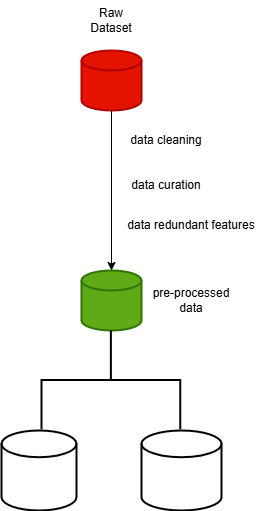
PhanAnhTri180803/Thuc_Tap_Tot_Nghiep keeps this draw.io diagram as Thực nghiệm mô hình Collaborative Filtering.drawio.png. Above is the earlier version. Source tidied: cells renumbered, new cells last; positions are measured from the earlier drawing's top-left corner, leaving out a move shared by most shapes. Source of this version:
```xml
<mxGraphModel>
  <root>
    <mxCell id="0" />
    <mxCell id="1" parent="0" />
    <mxCell id="2" style="strokeWidth=2;html=1;shape=mxgraph.flowchart.database;whiteSpace=wrap;fillColor=#e51400;fontColor=#ffffff;strokeColor=#B20000;" parent="1" vertex="1">
      <mxGeometry x="80" y="50" width="60" height="60" as="geometry" />
    </mxCell>
    <mxCell id="3" style="strokeWidth=2;html=1;shape=mxgraph.flowchart.database;whiteSpace=wrap;fillColor=#60a917;fontColor=#ffffff;strokeColor=#2D7600;" parent="1" vertex="1">
      <mxGeometry x="80" y="270" width="60" height="60" as="geometry" />
    </mxCell>
    <mxCell id="4" style="endArrow=classic;html=1;rounded=0;exitX=0.5;exitY=1;exitDx=0;exitDy=0;exitPerimeter=0;entryX=0.5;entryY=0;entryDx=0;entryDy=0;entryPerimeter=0;" parent="1" edge="1" source="2" target="3">
      <mxGeometry relative="1" as="geometry" />
    </mxCell>
    <mxCell id="5" value="Raw Dataset" style="text;html=1;align=center;verticalAlign=middle;whiteSpace=wrap;rounded=0;" parent="1" vertex="1">
      <mxGeometry x="75" width="70" height="40" as="geometry" />
    </mxCell>
    <mxCell id="6" value="pre-processed data" style="text;html=1;align=center;verticalAlign=middle;whiteSpace=wrap;rounded=0;" parent="1" vertex="1">
      <mxGeometry x="145" y="280" width="90" height="40" as="geometry" />
    </mxCell>
    <mxCell id="7" value="data cleaning" style="text;html=1;align=center;verticalAlign=middle;whiteSpace=wrap;rounded=0;" parent="1" vertex="1">
      <mxGeometry x="120" y="120" width="90" height="40" as="geometry" />
    </mxCell>
    <mxCell id="8" value="data curation" style="text;html=1;align=center;verticalAlign=middle;whiteSpace=wrap;rounded=0;" parent="1" vertex="1">
      <mxGeometry x="120" y="160" width="90" height="50" as="geometry" />
    </mxCell>
    <mxCell id="9" value="data redundant features" style="text;html=1;align=center;verticalAlign=middle;whiteSpace=wrap;rounded=0;" parent="1" vertex="1">
      <mxGeometry x="120" y="200" width="140" height="50" as="geometry" />
    </mxCell>
    <mxCell id="10" style="strokeWidth=2;html=1;shape=mxgraph.flowchart.annotation_2;align=left;labelPosition=right;rotation=90;" parent="1" vertex="1">
      <mxGeometry x="60" y="310" width="98.8" height="138.8" as="geometry" />
    </mxCell>
    <mxCell id="11" style="strokeWidth=2;html=1;shape=mxgraph.flowchart.database;whiteSpace=wrap;" parent="1" vertex="1">
      <mxGeometry y="430" width="75" height="80" as="geometry" />
    </mxCell>
    <mxCell id="12" style="strokeWidth=2;html=1;shape=mxgraph.flowchart.database;whiteSpace=wrap;" parent="1" vertex="1">
      <mxGeometry x="140" y="430" width="80" height="80" as="geometry" />
    </mxCell>
  </root>
</mxGraphModel>
```
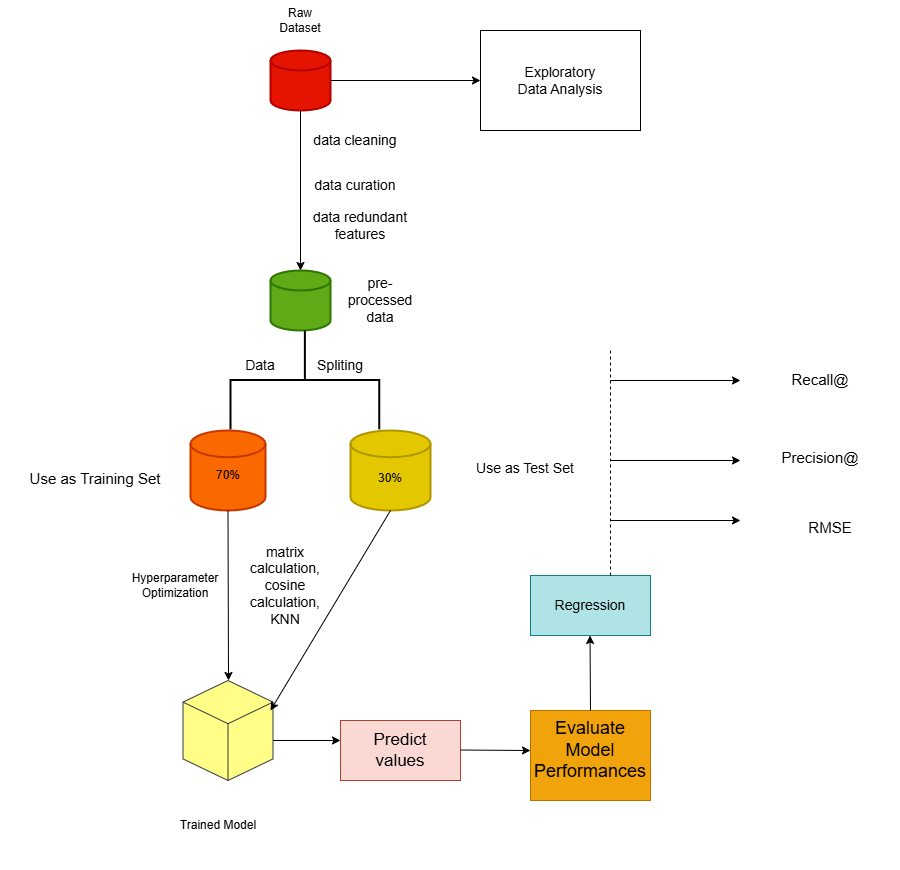
The same file after the commit.

Commit message:
Cập nhật Thực nghiệm mô hình Collaborative Filtering.drawio.png

Diff of the diagram source:
```diff
@@ -14,26 +14,144 @@
     <mxCell id="5" value="Raw Dataset" style="text;html=1;align=center;verticalAlign=middle;whiteSpace=wrap;rounded=0;" parent="1" vertex="1">
       <mxGeometry x="75" width="70" height="40" as="geometry" />
     </mxCell>
-    <mxCell id="6" value="pre-processed data" style="text;html=1;align=center;verticalAlign=middle;whiteSpace=wrap;rounded=0;" parent="1" vertex="1">
+    <mxCell id="6" value="&lt;font style=&quot;font-size: 14px;&quot;&gt;pre-processed data&lt;/font&gt;" style="text;html=1;align=center;verticalAlign=middle;whiteSpace=wrap;rounded=0;" parent="1" vertex="1">
       <mxGeometry x="145" y="280" width="90" height="40" as="geometry" />
     </mxCell>
-    <mxCell id="7" value="data cleaning" style="text;html=1;align=center;verticalAlign=middle;whiteSpace=wrap;rounded=0;" parent="1" vertex="1">
+    <mxCell id="7" value="&lt;font style=&quot;font-size: 14px;&quot;&gt;data cleaning&lt;/font&gt;" style="text;html=1;align=center;verticalAlign=middle;whiteSpace=wrap;rounded=0;" parent="1" vertex="1">
       <mxGeometry x="120" y="120" width="90" height="40" as="geometry" />
     </mxCell>
-    <mxCell id="8" value="data curation" style="text;html=1;align=center;verticalAlign=middle;whiteSpace=wrap;rounded=0;" parent="1" vertex="1">
+    <mxCell id="8" value="&lt;font style=&quot;font-size: 14px;&quot;&gt;data curation&lt;/font&gt;" style="text;html=1;align=center;verticalAlign=middle;whiteSpace=wrap;rounded=0;" parent="1" vertex="1">
       <mxGeometry x="120" y="160" width="90" height="50" as="geometry" />
     </mxCell>
-    <mxCell id="9" value="data redundant features" style="text;html=1;align=center;verticalAlign=middle;whiteSpace=wrap;rounded=0;" parent="1" vertex="1">
-      <mxGeometry x="120" y="200" width="140" height="50" as="geometry" />
+    <mxCell id="9" value="&lt;font style=&quot;font-size: 14px;&quot;&gt;data redundant features&lt;/font&gt;" style="text;html=1;align=center;verticalAlign=middle;whiteSpace=wrap;rounded=0;" parent="1" vertex="1">
+      <mxGeometry x="100" y="200" width="140" height="50" as="geometry" />
     </mxCell>
     <mxCell id="10" style="strokeWidth=2;html=1;shape=mxgraph.flowchart.annotation_2;align=left;labelPosition=right;rotation=90;" parent="1" vertex="1">
-      <mxGeometry x="60" y="310" width="98.8" height="138.8" as="geometry" />
+      <mxGeometry x="65" y="305" width="98.8" height="148.8" as="geometry" />
     </mxCell>
-    <mxCell id="11" style="strokeWidth=2;html=1;shape=mxgraph.flowchart.database;whiteSpace=wrap;" parent="1" vertex="1">
+    <mxCell id="11" style="strokeWidth=2;html=1;shape=mxgraph.flowchart.database;whiteSpace=wrap;fillColor=#fa6800;fontColor=#000000;strokeColor=#C73500;" parent="1" vertex="1">
       <mxGeometry y="430" width="75" height="80" as="geometry" />
     </mxCell>
-    <mxCell id="12" style="strokeWidth=2;html=1;shape=mxgraph.flowchart.database;whiteSpace=wrap;" parent="1" vertex="1">
-      <mxGeometry x="140" y="430" width="80" height="80" as="geometry" />
+    <mxCell id="12" style="strokeWidth=2;html=1;shape=mxgraph.flowchart.database;whiteSpace=wrap;fillColor=#e3c800;fontColor=#000000;strokeColor=#B09500;" parent="1" vertex="1">
+      <mxGeometry x="160" y="430" width="80" height="80" as="geometry" />
     </mxCell>
+    <mxCell id="13" style="endArrow=classic;html=1;rounded=0;" parent="1" edge="1">
+      <mxGeometry relative="1" as="geometry">
+        <mxPoint x="140" y="80" as="sourcePoint" />
+        <mxPoint x="290" y="80" as="targetPoint" />
+      </mxGeometry>
+    </mxCell>
+    <mxCell id="14" style="rounded=0;whiteSpace=wrap;html=1;" parent="1" vertex="1">
+      <mxGeometry x="290" y="30" width="160" height="100" as="geometry" />
+    </mxCell>
+    <mxCell id="15" value="&lt;font style=&quot;font-size: 14px;&quot;&gt;Exploratory Data Analysis&lt;/font&gt;" style="text;html=1;align=center;verticalAlign=middle;whiteSpace=wrap;rounded=0;" parent="1" vertex="1">
+      <mxGeometry x="320" y="50" width="100" height="60" as="geometry" />
+    </mxCell>
+    <mxCell id="16" value="&lt;font style=&quot;font-size: 14px;&quot;&gt;Data&lt;/font&gt;" style="text;html=1;align=center;verticalAlign=middle;whiteSpace=wrap;rounded=0;" parent="1" vertex="1">
+      <mxGeometry x="40" y="350" width="60" height="30" as="geometry" />
+    </mxCell>
+    <mxCell id="17" value="&lt;font style=&quot;font-size: 14px;&quot;&gt;Spliting&lt;/font&gt;" style="text;html=1;align=center;verticalAlign=middle;whiteSpace=wrap;rounded=0;" parent="1" vertex="1">
+      <mxGeometry x="120" y="350" width="60" height="30" as="geometry" />
+    </mxCell>
+    <mxCell id="18" value="70%" style="text;html=1;align=center;verticalAlign=middle;whiteSpace=wrap;rounded=0;" parent="1" vertex="1">
+      <mxGeometry x="7.5" y="460" width="60" height="30" as="geometry" />
+    </mxCell>
+    <mxCell id="19" value="30%" style="text;html=1;align=center;verticalAlign=middle;whiteSpace=wrap;rounded=0;" parent="1" vertex="1">
+      <mxGeometry x="170" y="462.5" width="60" height="30" as="geometry" />
+    </mxCell>
+    <mxCell id="20" value="&lt;font style=&quot;font-size: 15px;&quot;&gt;Use as Training Set&lt;/font&gt;" style="text;html=1;align=center;verticalAlign=middle;whiteSpace=wrap;rounded=0;" parent="1" vertex="1">
+      <mxGeometry x="-190" y="455" width="190" height="45" as="geometry" />
+    </mxCell>
+    <mxCell id="21" value="&lt;font style=&quot;font-size: 14px;&quot;&gt;Use as Test Set&lt;/font&gt;" style="text;html=1;align=center;verticalAlign=middle;whiteSpace=wrap;rounded=0;" parent="1" vertex="1">
+      <mxGeometry x="240" y="445" width="190" height="45" as="geometry" />
+    </mxCell>
+    <mxCell id="22" style="endArrow=classic;html=1;rounded=0;exitX=0.5;exitY=1;exitDx=0;exitDy=0;exitPerimeter=0;" parent="1" edge="1" source="11">
+      <mxGeometry relative="1" as="geometry">
+        <mxPoint x="38" y="680" as="targetPoint" />
+      </mxGeometry>
+    </mxCell>
+    <mxCell id="23" style="html=1;whiteSpace=wrap;shape=isoCube2;backgroundOutline=1;isoAngle=15;fillColor=#ffff88;strokeColor=#36393d;" parent="1" vertex="1">
+      <mxGeometry x="-7.5" y="680" width="90" height="100" as="geometry" />
+    </mxCell>
+    <mxCell id="24" style="endArrow=classic;html=1;rounded=0;exitX=0.5;exitY=1;exitDx=0;exitDy=0;exitPerimeter=0;entryX=0.972;entryY=0.3;entryDx=0;entryDy=0;entryPerimeter=0;" parent="1" edge="1" source="12" target="23">
+      <mxGeometry relative="1" as="geometry" />
+    </mxCell>
+    <mxCell id="25" value="Hyperparameter&lt;div&gt;Optimization&lt;/div&gt;" style="text;html=1;align=center;verticalAlign=middle;whiteSpace=wrap;rounded=0;" parent="1" vertex="1">
+      <mxGeometry x="-70" y="540" width="110" height="90" as="geometry" />
+    </mxCell>
+    <mxCell id="26" value="&lt;font style=&quot;font-size: 14px;&quot;&gt;matrix calculation,&lt;/font&gt;&lt;div style=&quot;font-size: 14px;&quot;&gt;&lt;font style=&quot;font-size: 14px;&quot;&gt;cosine calculation,&lt;/font&gt;&lt;/div&gt;&lt;div style=&quot;font-size: 14px;&quot;&gt;&lt;font style=&quot;font-size: 14px;&quot;&gt;KNN&lt;/font&gt;&lt;/div&gt;" style="text;html=1;align=center;verticalAlign=middle;whiteSpace=wrap;rounded=0;" parent="1" vertex="1">
+      <mxGeometry x="40" y="540" width="110" height="90" as="geometry" />
+    </mxCell>
+    <mxCell id="27" value="Trained Model" style="text;html=1;align=center;verticalAlign=middle;whiteSpace=wrap;rounded=0;" parent="1" vertex="1">
+      <mxGeometry x="-27.5" y="780" width="110" height="90" as="geometry" />
+    </mxCell>
+    <mxCell id="28" style="endArrow=classic;html=1;rounded=0;" parent="1" edge="1">
+      <mxGeometry relative="1" as="geometry">
+        <mxPoint x="82.5" y="740" as="sourcePoint" />
+        <mxPoint x="150" y="740" as="targetPoint" />
+      </mxGeometry>
+    </mxCell>
+    <mxCell id="29" style="rounded=0;whiteSpace=wrap;html=1;fillColor=#fad9d5;strokeColor=#ae4132;" parent="1" vertex="1">
+      <mxGeometry x="150" y="720" width="120" height="60" as="geometry" />
+    </mxCell>
+    <mxCell id="30" value="&lt;font style=&quot;font-size: 17px;&quot;&gt;Predict values&lt;/font&gt;" style="text;html=1;align=center;verticalAlign=middle;whiteSpace=wrap;rounded=0;" parent="1" vertex="1">
+      <mxGeometry x="180" y="735" width="60" height="30" as="geometry" />
+    </mxCell>
+    <mxCell id="31" style="endArrow=classic;html=1;rounded=0;" parent="1" edge="1">
+      <mxGeometry relative="1" as="geometry">
+        <mxPoint x="270" y="749.5" as="sourcePoint" />
+        <mxPoint x="340" y="750" as="targetPoint" />
+      </mxGeometry>
+    </mxCell>
+    <mxCell id="32" style="rounded=0;whiteSpace=wrap;html=1;fillColor=#f0a30a;fontColor=#000000;strokeColor=#BD7000;" parent="1" vertex="1">
+      <mxGeometry x="340" y="710" width="120" height="90" as="geometry" />
+    </mxCell>
+    <mxCell id="33" style="rounded=0;whiteSpace=wrap;html=1;fillColor=#b0e3e6;strokeColor=#0e8088;" parent="1" vertex="1">
+      <mxGeometry x="340" y="575" width="120" height="60" as="geometry" />
+    </mxCell>
+    <mxCell id="34" style="endArrow=classic;html=1;rounded=0;exitX=0.5;exitY=0;exitDx=0;exitDy=0;exitPerimeter=0;" parent="1" edge="1" source="32">
+      <mxGeometry relative="1" as="geometry">
+        <mxPoint x="399.5" y="635" as="targetPoint" />
+      </mxGeometry>
+    </mxCell>
+    <mxCell id="35" value="&lt;font style=&quot;font-size: 18px;&quot;&gt;Evaluate Model&lt;/font&gt;&lt;div style=&quot;font-size: 18px;&quot;&gt;&lt;font style=&quot;font-size: 18px;&quot;&gt;Performances&lt;/font&gt;&lt;/div&gt;" style="text;html=1;align=center;verticalAlign=middle;whiteSpace=wrap;rounded=0;" parent="1" vertex="1">
+      <mxGeometry x="370" y="735" width="60" height="30" as="geometry" />
+    </mxCell>
+    <mxCell id="36" value="&lt;font style=&quot;font-size: 14px;&quot;&gt;Regression&lt;/font&gt;" style="text;html=1;align=center;verticalAlign=middle;whiteSpace=wrap;rounded=0;" parent="1" vertex="1">
+      <mxGeometry x="370" y="590" width="60" height="30" as="geometry" />
+    </mxCell>
+    <mxCell id="37" style="endArrow=none;dashed=1;html=1;rounded=0;" parent="1" edge="1">
+      <mxGeometry relative="1" as="geometry">
+        <mxPoint x="420" y="575" as="sourcePoint" />
+        <mxPoint x="420" y="350" as="targetPoint" />
+      </mxGeometry>
+    </mxCell>
+    <mxCell id="38" style="endArrow=classic;html=1;rounded=0;" parent="1" edge="1">
+      <mxGeometry relative="1" as="geometry">
+        <mxPoint x="420" y="380" as="sourcePoint" />
+        <mxPoint x="550" y="380" as="targetPoint" />
+      </mxGeometry>
+    </mxCell>
+    <mxCell id="39" style="endArrow=classic;html=1;rounded=0;" parent="1" edge="1">
+      <mxGeometry relative="1" as="geometry">
+        <mxPoint x="420" y="460" as="sourcePoint" />
+        <mxPoint x="550" y="460" as="targetPoint" />
+      </mxGeometry>
+    </mxCell>
+    <mxCell id="40" style="endArrow=classic;html=1;rounded=0;" parent="1" edge="1">
+      <mxGeometry relative="1" as="geometry">
+        <mxPoint x="420" y="520" as="sourcePoint" />
+        <mxPoint x="550" y="520" as="targetPoint" />
+      </mxGeometry>
+    </mxCell>
+    <mxCell id="41" value="&lt;font style=&quot;font-size: 15px;&quot;&gt;Recall@&lt;/font&gt;" style="text;html=1;align=center;verticalAlign=middle;whiteSpace=wrap;rounded=0;" parent="1" vertex="1">
+      <mxGeometry x="560" y="346.6" width="140" height="65.6" as="geometry" />
+    </mxCell>
+    <mxCell id="42" value="&lt;font style=&quot;font-size: 15px;&quot;&gt;Precision@&lt;/font&gt;" style="text;html=1;align=center;verticalAlign=middle;whiteSpace=wrap;rounded=0;" parent="1" vertex="1">
+      <mxGeometry x="560" y="424.4" width="140" height="65.6" as="geometry" />
+    </mxCell>
+    <mxCell id="43" value="&lt;font style=&quot;font-size: 15px;&quot;&gt;RMSE&lt;/font&gt;" style="text;html=1;align=center;verticalAlign=middle;whiteSpace=wrap;rounded=0;" parent="1" vertex="1">
+      <mxGeometry x="570" y="500" width="140" height="53.4" as="geometry" />
+    </mxCell>
   </root>
 </mxGraphModel>
```
